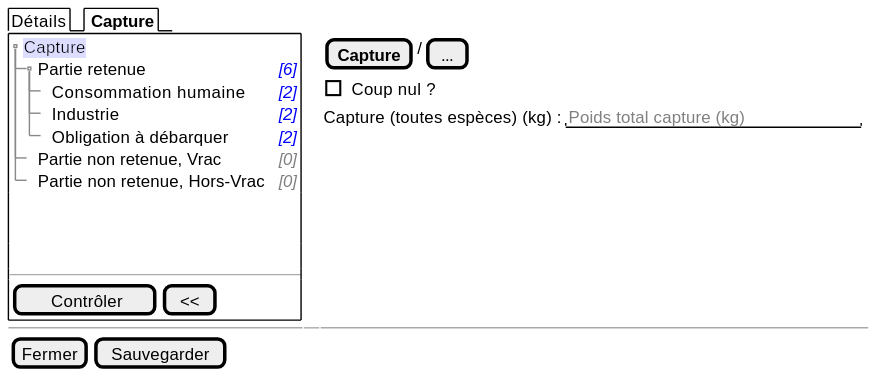
Earlier version of the PlantUML export projects/obsmer/spe/images/batch/batch-tree.svg (sumaris-net/sumaris-doc).
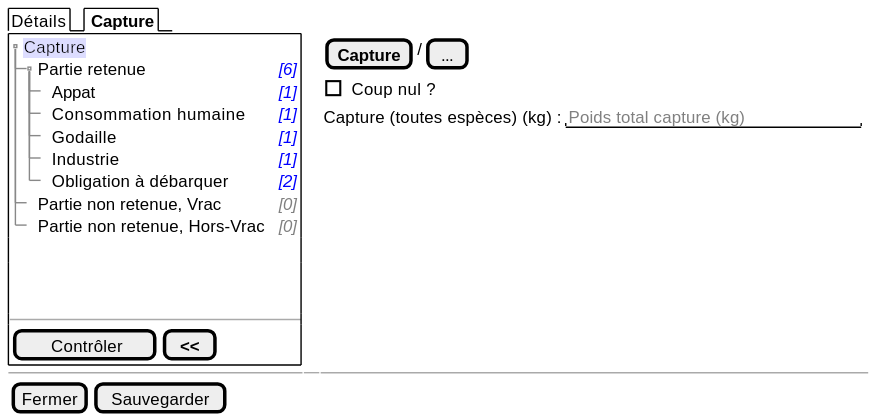
Later version of the same file.

What changed in the source:
```diff
@@ -5,8 +5,10 @@
    {T
        + <back:#DDF>Capture    | .
        ++ Partie retenue       | <i><color:blue>[6]
-       +++ Consommation humaine | <i><color:blue>[2]
-       +++ Industrie | <i><color:blue>[2]
+       +++ Appat | <i><color:blue>[1]
+       +++ Consommation humaine | <i><color:blue>[1]
+       +++ Godaille | <i><color:blue>[1]
+       +++ Industrie | <i><color:blue>[1]
        +++ Obligation à débarquer| <i><color:blue>[2]
        ++ Partie non retenue, Vrac | <i><color:gray>[0]
        ++ Partie non retenue, Hors-Vrac | <i><color:gray>[0]
@@ -16,7 +18,7 @@
     .
    --
    {
-      [<&checkmark> Contrôler] | [ << ]
+      [<&checkmark> Contrôler] | [ <b><< ]
    }
   } | . | {
     { [<b>Capture] | / | [...]}
```
